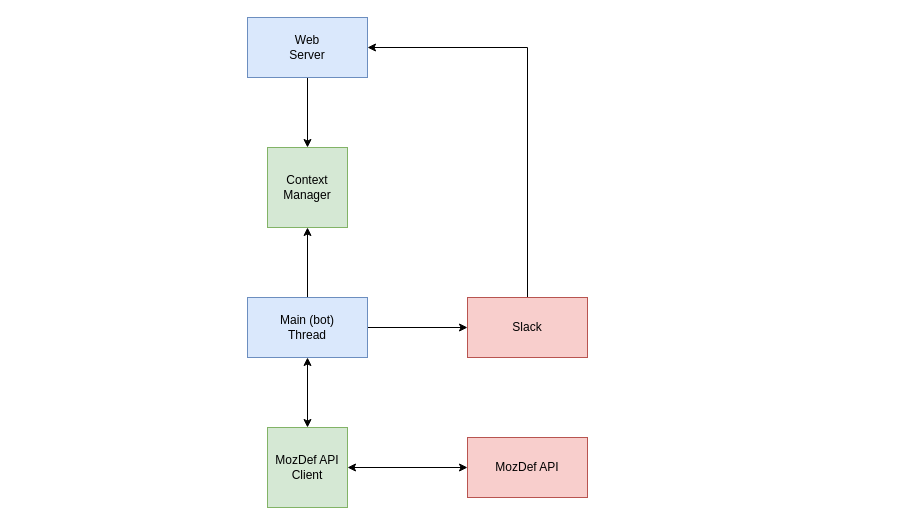
Above: docs/diagrams/bot_architecture.drawio in mozilla/MozDef-Triage-Bot (draw.io), before the change. Source tidied: cells renumbered, new cells numbered last; positions are measured from the earlier drawing's top-left corner, leaving out a move shared by most shapes. Both pictures are drawn from the tidied source at 100%, with x=0, y=0 at pixel (37, 17).
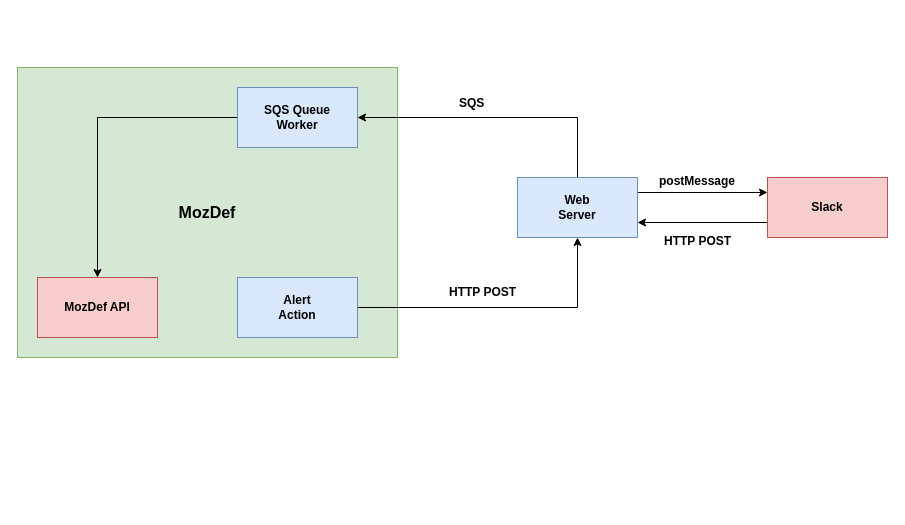
The same diagram, later.

Commit message (it also covers changes not shown here):
New architecture proposal from conversation with pwnbus

What changed in the source:
```diff
@@
 <mxGraphModel>
   <root>
     <mxCell id="0" />
     <mxCell id="1" parent="0" />
+    <mxCell id="15" value="MozDef" style="rounded=0;whiteSpace=wrap;html=1;fontSize=16;fillColor=#d5e8d4;strokeColor=#82b366;fontStyle=1;" parent="1" vertex="1">
+      <mxGeometry x="-20" y="50" width="380" height="290" as="geometry" />
+    </mxCell>
     <mxCell id="2" style="edgeStyle=orthogonalEdgeStyle;rounded=0;orthogonalLoop=1;jettySize=auto;html=1;exitX=0;exitY=0.5;exitDx=0;exitDy=0;entryX=0;entryY=0.5;entryDx=0;entryDy=0;" parent="1" edge="1">
       <mxGeometry relative="1" as="geometry">
         <mxPoint x="80" y="320" as="sourcePoint" />
         <Array as="points">
           <mxPoint y="320" />
           <mxPoint y="180" />
         </Array>
       </mxGeometry>
     </mxCell>
-    <mxCell id="3" style="edgeStyle=orthogonalEdgeStyle;rounded=0;jettySize=auto;html=1;exitX=0.5;exitY=1;exitDx=0;exitDy=0;entryX=0.5;entryY=0;entryDx=0;entryDy=0;startArrow=none;startFill=0;" parent="1" edge="1" source="4" target="7">
-      <mxGeometry relative="1" as="geometry" />
-    </mxCell>
+    <mxCell id="16" style="edgeStyle=orthogonalEdgeStyle;rounded=0;jettySize=auto;html=1;exitX=0.5;exitY=0;exitDx=0;exitDy=0;entryX=1;entryY=0.5;entryDx=0;entryDy=0;" parent="1" edge="1" source="4" target="19">
+      <mxGeometry relative="1" as="geometry" />
+    </mxCell>
+    <mxCell id="17" style="edgeStyle=orthogonalEdgeStyle;rounded=0;jettySize=auto;html=1;exitX=1;exitY=0.25;exitDx=0;exitDy=0;entryX=0;entryY=0.25;entryDx=0;entryDy=0;startArrow=none;startFill=0;fontSize=16;" parent="1" edge="1" source="4" target="6">
+      <mxGeometry relative="1" as="geometry" />
+    </mxCell>
-    <mxCell id="4" value="Web&lt;br&gt;Server" style="rounded=0;whiteSpace=wrap;html=1;fillColor=#dae8fc;strokeColor=#6c8ebf;" parent="1" vertex="1">
-      <mxGeometry x="210" width="120" height="60" as="geometry" />
+    <mxCell id="4" value="Web&lt;br&gt;Server" style="rounded=0;whiteSpace=wrap;html=1;fillColor=#dae8fc;strokeColor=#6c8ebf;fontStyle=1;" parent="1" vertex="1">
+      <mxGeometry x="480" y="160" width="120" height="60" as="geometry" />
     </mxCell>
-    <mxCell id="5" style="edgeStyle=orthogonalEdgeStyle;rounded=0;jettySize=auto;html=1;exitX=0.5;exitY=0;exitDx=0;exitDy=0;entryX=1;entryY=0.5;entryDx=0;entryDy=0;startArrow=none;startFill=0;" parent="1" edge="1" source="6" target="4">
+    <mxCell id="5" style="edgeStyle=orthogonalEdgeStyle;rounded=0;jettySize=auto;html=1;exitX=0;exitY=0.75;exitDx=0;exitDy=0;entryX=1;entryY=0.75;entryDx=0;entryDy=0;startArrow=none;startFill=0;fontSize=16;" parent="1" edge="1" source="6" target="4">
       <mxGeometry relative="1" as="geometry" />
     </mxCell>
-    <mxCell id="6" value="Slack" style="rounded=0;whiteSpace=wrap;html=1;fillColor=#f8cecc;strokeColor=#b85450;" parent="1" vertex="1">
-      <mxGeometry x="430" y="280" width="120" height="60" as="geometry" />
+    <mxCell id="6" value="Slack" style="rounded=0;whiteSpace=wrap;html=1;fillColor=#f8cecc;strokeColor=#b85450;fontStyle=1;" parent="1" vertex="1">
+      <mxGeometry x="730" y="160" width="120" height="60" as="geometry" />
     </mxCell>
-    <mxCell id="7" value="Context&lt;br&gt;Manager" style="rounded=0;whiteSpace=wrap;html=1;fillColor=#d5e8d4;strokeColor=#82b366;" parent="1" vertex="1">
-      <mxGeometry x="230" y="130" width="80" height="80" as="geometry" />
-    </mxCell>
-    <mxCell id="8" style="edgeStyle=orthogonalEdgeStyle;rounded=0;jettySize=auto;html=1;exitX=1;exitY=0.5;exitDx=0;exitDy=0;entryX=0;entryY=0.5;entryDx=0;entryDy=0;startArrow=none;startFill=0;" parent="1" edge="1" source="11" target="6">
-      <mxGeometry relative="1" as="geometry" />
-    </mxCell>
-    <mxCell id="9" style="edgeStyle=orthogonalEdgeStyle;rounded=0;jettySize=auto;html=1;exitX=0.5;exitY=1;exitDx=0;exitDy=0;startArrow=classic;startFill=1;" parent="1" edge="1" source="11" target="13">
-      <mxGeometry relative="1" as="geometry" />
-    </mxCell>
-    <mxCell id="10" style="edgeStyle=orthogonalEdgeStyle;rounded=0;jettySize=auto;html=1;exitX=0.5;exitY=0;exitDx=0;exitDy=0;entryX=0.5;entryY=1;entryDx=0;entryDy=0;startArrow=none;startFill=0;" parent="1" edge="1" source="11" target="7">
-      <mxGeometry relative="1" as="geometry" />
-    </mxCell>
-    <mxCell id="11" value="Main (bot)&lt;br&gt;Thread" style="rounded=0;whiteSpace=wrap;html=1;fillColor=#dae8fc;strokeColor=#6c8ebf;" parent="1" vertex="1">
-      <mxGeometry x="210" y="280" width="120" height="60" as="geometry" />
-    </mxCell>
-    <mxCell id="12" style="edgeStyle=orthogonalEdgeStyle;rounded=0;jettySize=auto;html=1;exitX=1;exitY=0.5;exitDx=0;exitDy=0;entryX=0;entryY=0.5;entryDx=0;entryDy=0;startArrow=classic;startFill=1;" parent="1" edge="1" source="13" target="14">
-      <mxGeometry relative="1" as="geometry" />
-    </mxCell>
-    <mxCell id="13" value="MozDef API&lt;br&gt;Client" style="rounded=0;whiteSpace=wrap;html=1;fillColor=#d5e8d4;strokeColor=#82b366;" parent="1" vertex="1">
-      <mxGeometry x="230" y="410" width="80" height="80" as="geometry" />
-    </mxCell>
+    <mxCell id="18" style="edgeStyle=orthogonalEdgeStyle;rounded=0;jettySize=auto;html=1;exitX=0;exitY=0.5;exitDx=0;exitDy=0;entryX=0.5;entryY=0;entryDx=0;entryDy=0;startArrow=none;startFill=0;" parent="1" edge="1" source="19" target="14">
+      <mxGeometry relative="1" as="geometry" />
+    </mxCell>
+    <mxCell id="19" value="SQS Queue&lt;br&gt;Worker" style="rounded=0;whiteSpace=wrap;html=1;fillColor=#dae8fc;strokeColor=#6c8ebf;fontStyle=1;" parent="1" vertex="1">
+      <mxGeometry x="200" y="70" width="120" height="60" as="geometry" />
+    </mxCell>
+    <mxCell id="20" style="edgeStyle=orthogonalEdgeStyle;rounded=0;jettySize=auto;html=1;exitX=1;exitY=0.5;exitDx=0;exitDy=0;entryX=0.5;entryY=1;entryDx=0;entryDy=0;" parent="1" edge="1" source="21" target="4">
+      <mxGeometry relative="1" as="geometry" />
+    </mxCell>
+    <mxCell id="21" value="Alert&lt;br&gt;Action" style="rounded=0;whiteSpace=wrap;html=1;fillColor=#dae8fc;strokeColor=#6c8ebf;fontStyle=1;" parent="1" vertex="1">
+      <mxGeometry x="200" y="260" width="120" height="60" as="geometry" />
+    </mxCell>
-    <mxCell id="14" value="MozDef API" style="rounded=0;whiteSpace=wrap;html=1;fillColor=#f8cecc;strokeColor=#b85450;" parent="1" vertex="1">
-      <mxGeometry x="430" y="420" width="120" height="60" as="geometry" />
+    <mxCell id="14" value="MozDef API" style="rounded=0;whiteSpace=wrap;html=1;fillColor=#f8cecc;strokeColor=#b85450;fontStyle=1;" parent="1" vertex="1">
+      <mxGeometry y="260" width="120" height="60" as="geometry" />
     </mxCell>
+    <mxCell id="22" value="SQS" style="text;html=1;align=left;verticalAlign=top;spacingTop=-4;fontStyle=1;" parent="1" vertex="1">
+      <mxGeometry x="420" y="76" width="40" height="20" as="geometry" />
+    </mxCell>
+    <mxCell id="23" value="&lt;b&gt;HTTP POST&lt;/b&gt;" style="text;html=1;align=left;verticalAlign=top;spacingTop=-4;" parent="1" vertex="1">
+      <mxGeometry x="410" y="265" width="80" height="20" as="geometry" />
+    </mxCell>
+    <mxCell id="24" value="&lt;font style=&quot;font-size: 12px&quot;&gt;postMessage&lt;/font&gt;" style="text;html=1;align=left;verticalAlign=top;spacingTop=-4;fontSize=16;strokeWidth=12;fontStyle=1;" parent="1" vertex="1">
+      <mxGeometry x="620" y="150" width="90" height="20" as="geometry" />
+    </mxCell>
+    <mxCell id="25" value="&lt;font style=&quot;font-size: 12px&quot;&gt;HTTP POST&lt;br&gt;&lt;/font&gt;" style="text;html=1;align=left;verticalAlign=top;spacingTop=-4;fontSize=16;fontStyle=1;" parent="1" vertex="1">
+      <mxGeometry x="625" y="210" width="80" height="20" as="geometry" />
+    </mxCell>
   </root>
 </mxGraphModel>
```
